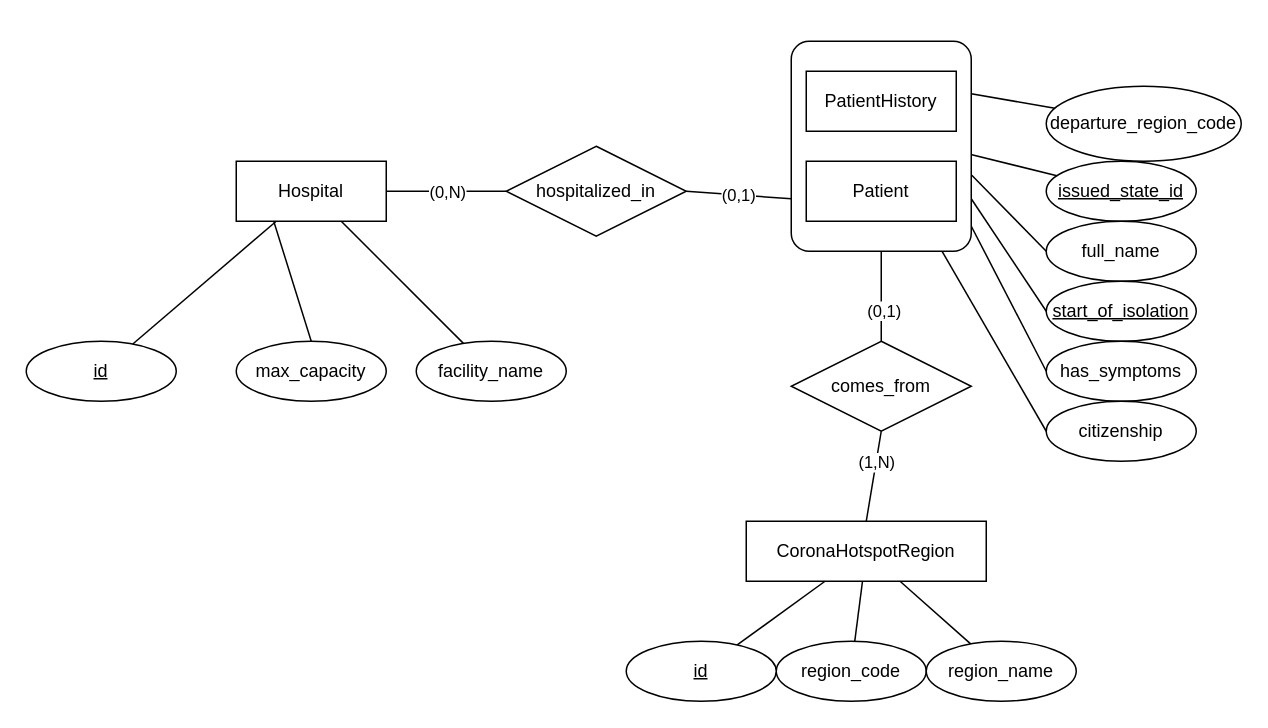
The draw.io diagram docs/diagram-eer.drawio in draganovik/CoronaIS, before the edit. Source tidied: cells renumbered, new cells numbered last; positions are measured from the earlier drawing's top-left corner, leaving out a move shared by most shapes. Both pictures are drawn from the tidied source at 150%, with x=0, y=0 at pixel (26, 26).
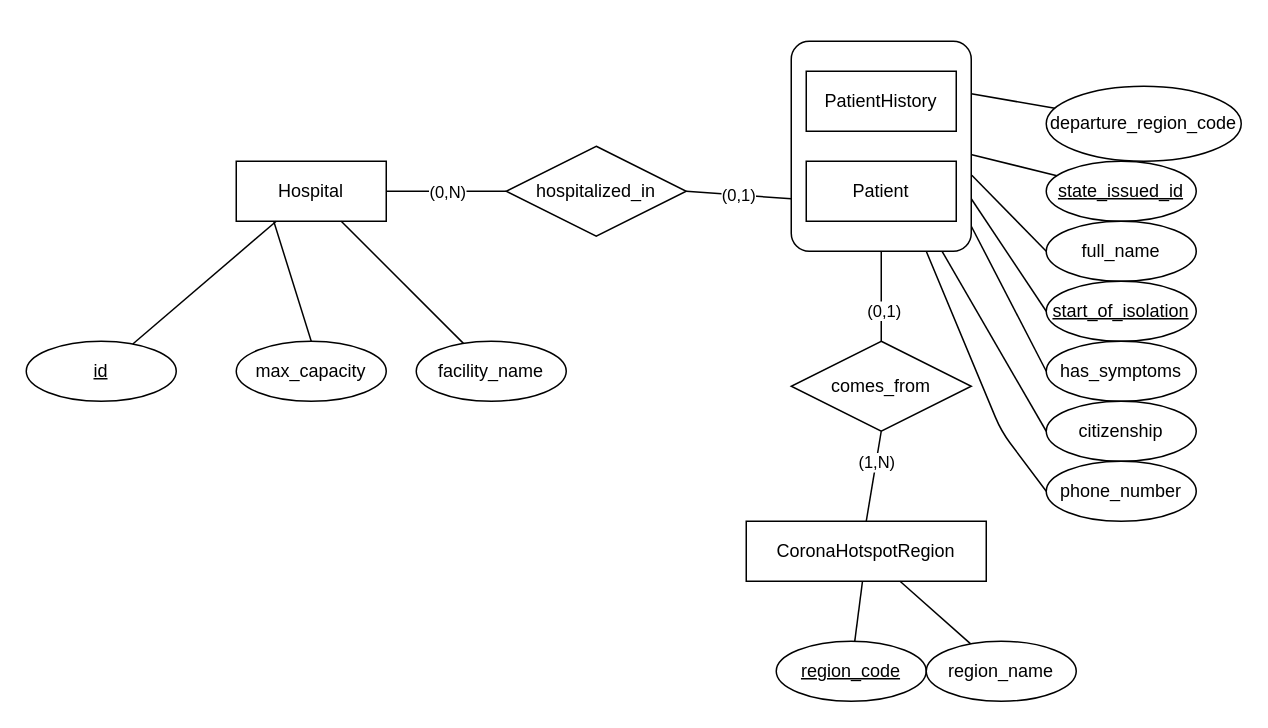
Above is the later version.

The change refers to these unchanged cells:
```xml
<mxCell id="2" value="CoronaHotspotRegion" style="whiteSpace=wrap;html=1;align=center;" parent="1" vertex="1">
  <mxGeometry x="480" y="330" width="160" height="40" as="geometry" />
</mxCell>
<mxCell id="27" style="rounded=1;arcSize=10;whiteSpace=wrap;html=1;align=center;" parent="26" vertex="1">
  <mxGeometry y="10" width="120" height="140" as="geometry" />
</mxCell>
```

Diff of the diagram source:
```diff
@@
-    <mxCell id="17" value="&lt;u&gt;issued_state_id&lt;/u&gt;" style="ellipse;whiteSpace=wrap;html=1;align=center;" parent="1" vertex="1">
+    <mxCell id="17" value="&lt;u&gt;state_&lt;/u&gt;&lt;u&gt;issued&lt;/u&gt;&lt;u&gt;_id&lt;/u&gt;" style="ellipse;whiteSpace=wrap;html=1;align=center;" parent="1" vertex="1">
       <mxGeometry x="680" y="90" width="100" height="40" as="geometry" />
     </mxCell>
@@
-    <mxCell id="33" value="region_code" style="ellipse;whiteSpace=wrap;html=1;align=center;" parent="1" vertex="1">
+    <mxCell id="33" value="&lt;u&gt;region_code&lt;/u&gt;" style="ellipse;whiteSpace=wrap;html=1;align=center;" parent="1" vertex="1">
       <mxGeometry x="500" y="410" width="100" height="40" as="geometry" />
     </mxCell>
-    <mxCell id="34" style="edgeStyle=none;html=1;endArrow=none;endFill=0;" parent="1" edge="1" source="35" target="2">
-      <mxGeometry relative="1" as="geometry" />
-    </mxCell>
-    <mxCell id="35" value="id" style="ellipse;whiteSpace=wrap;html=1;align=center;fontStyle=4;" parent="1" vertex="1">
-      <mxGeometry x="400" y="410" width="100" height="40" as="geometry" />
-    </mxCell>
@@
+    <mxCell id="42" style="edgeStyle=none;html=1;endArrow=none;endFill=0;entryX=0.75;entryY=1;entryDx=0;entryDy=0;exitX=0;exitY=0.5;exitDx=0;exitDy=0;" parent="1" edge="1" source="43" target="27">
+      <mxGeometry relative="1" as="geometry">
+        <Array as="points">
+          <mxPoint x="650" y="270" />
+        </Array>
+      </mxGeometry>
+    </mxCell>
+    <mxCell id="43" value=" phone_number" style="ellipse;whiteSpace=wrap;html=1;align=center;" parent="1" vertex="1">
+      <mxGeometry x="680" y="290" width="100" height="40" as="geometry" />
+    </mxCell>
```
